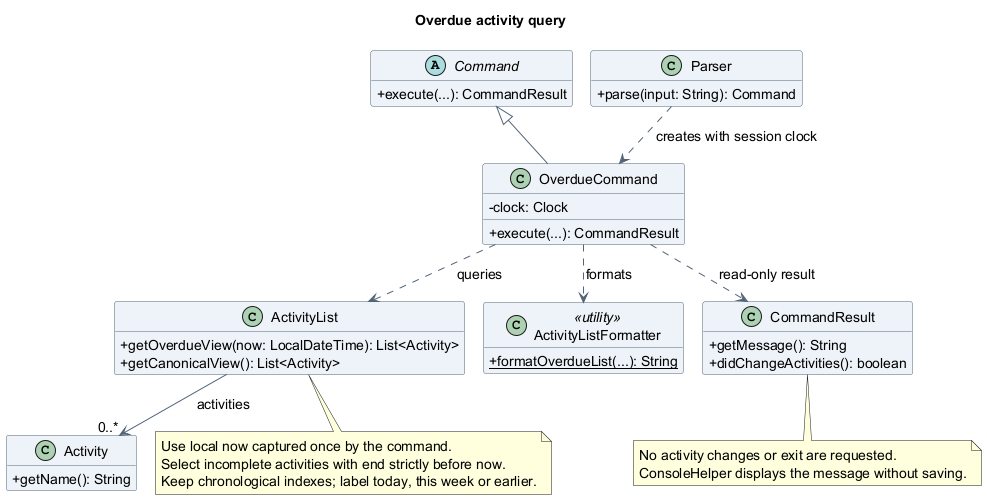
The PlantUML diagram docs/images/asyraf/class/OverdueActivityClassDiagram.png in AY2627S1-CS2113-T10-4/tp, before a commit.
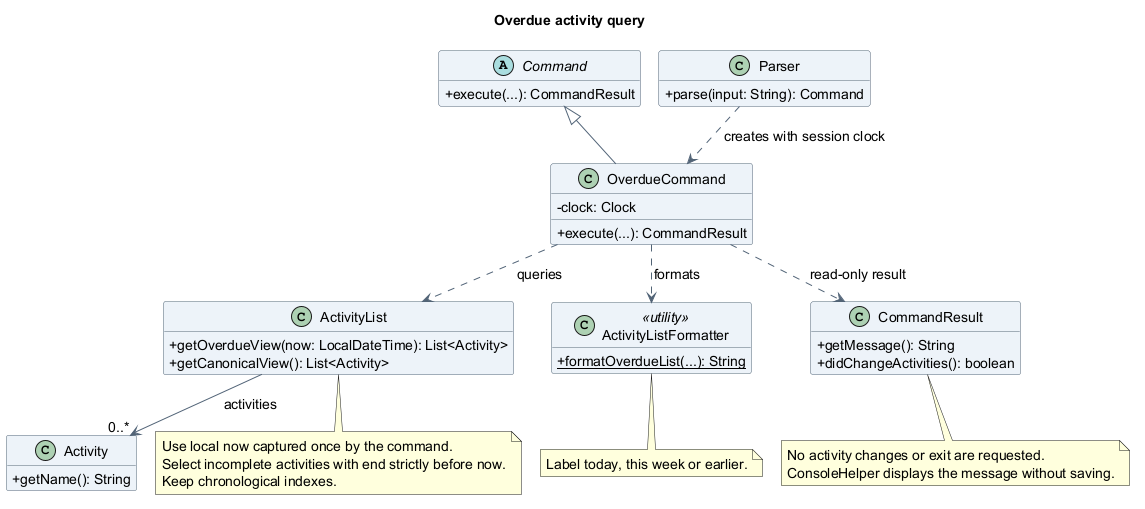
The same diagram one commit later.

Change to the diagram source:
```diff
@@ -44,7 +44,10 @@
 note bottom of ActivityList
   Use local now captured once by the command.
   Select incomplete activities with end strictly before now.
-  Keep chronological indexes; label today, this week or earlier.
+  Keep chronological indexes.
+end note
+note bottom of ActivityListFormatter
+  Label today, this week or earlier.
 end note
 note bottom of CommandResult
   No activity changes or exit are requested.
```
